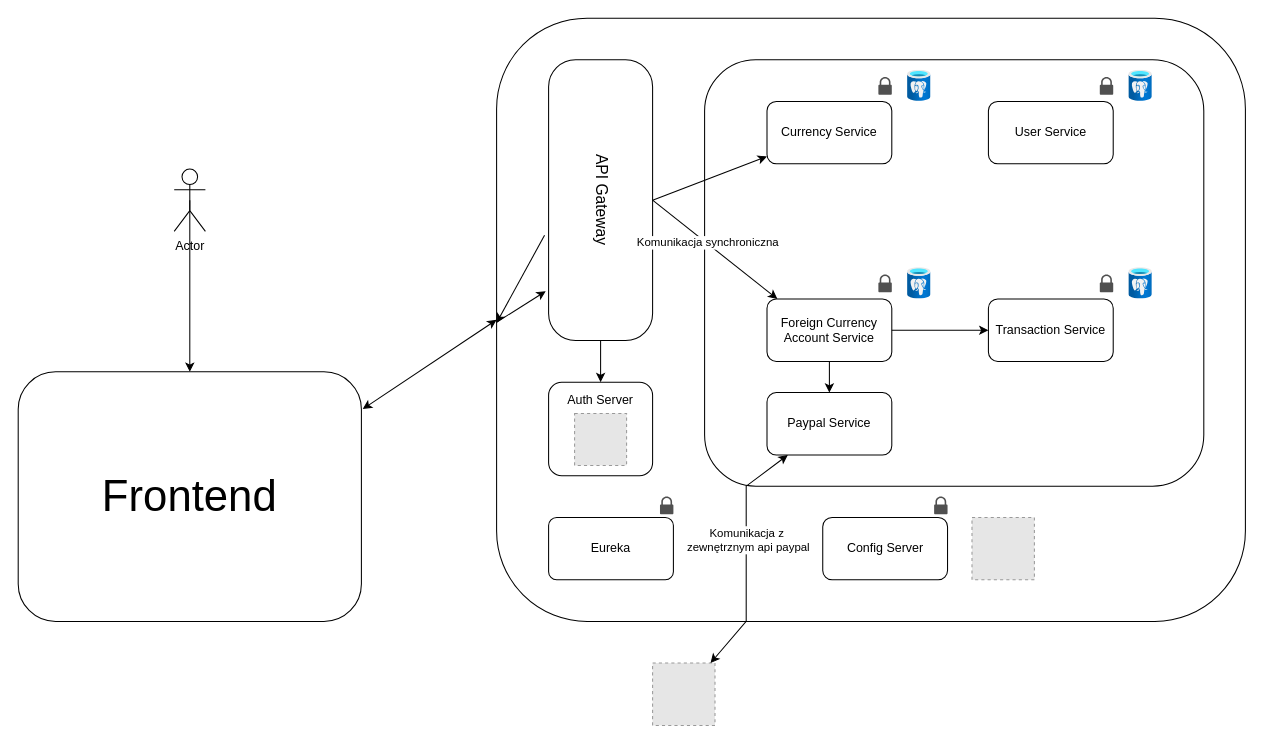
The draw.io diagram Back/Microservices/Planowanie.drawio in iwokonl/Kantor, before the edit. Source tidied: cells renumbered, new cells numbered last; positions are measured from the earlier drawing's top-left corner, leaving out a move shared by most shapes. Both pictures are drawn from the tidied source at 104%, with x=0, y=0 at pixel (18, 18). Pictures stored in the file or linked from it are replaced by grey dashed boxes.
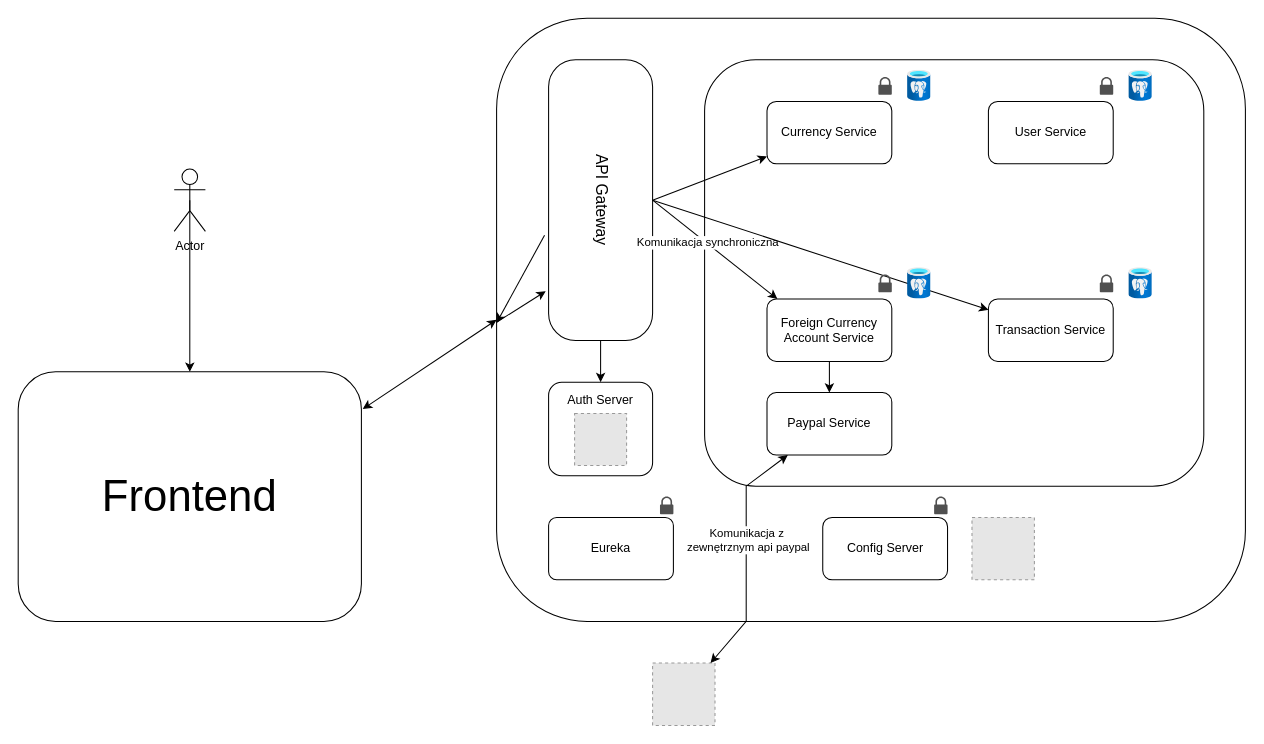
After the change.

The change refers to these unchanged cells:
```xml
<mxCell id="6" value="&lt;p style=&quot;line-height: 120%;&quot;&gt;&lt;font style=&quot;font-size: 15px;&quot;&gt;API Gateway&lt;/font&gt;&lt;/p&gt;" style="rounded=1;whiteSpace=wrap;html=1;textDirection=vertical-lr;spacingTop=0;arcSize=26;" parent="1" vertex="1">
  <mxGeometry x="510" y="40" width="100" height="270" as="geometry" />
</mxCell>
<mxCell id="23" value="Foreign Currency Account Service" style="rounded=1;whiteSpace=wrap;html=1;" parent="1" vertex="1">
  <mxGeometry x="720" y="270" width="120" height="60" as="geometry" />
</mxCell>
<mxCell id="24" value="Transaction Service" style="rounded=1;whiteSpace=wrap;html=1;" parent="1" vertex="1">
  <mxGeometry x="932.9" y="270" width="120" height="60" as="geometry" />
</mxCell>
```

The edit, as a diff of the source:
```diff
@@
-    <mxCell id="25" style="endArrow=classic;html=1;rounded=0;fixDash=0;flowAnimation=1;" parent="1" edge="1" source="23" target="24">
+    <mxCell id="25" style="endArrow=classic;html=1;rounded=0;fixDash=0;flowAnimation=1;exitX=1;exitY=0.5;exitDx=0;exitDy=0;" parent="1" edge="1" source="6" target="24">
       <mxGeometry relative="1" as="geometry" />
     </mxCell>
```
